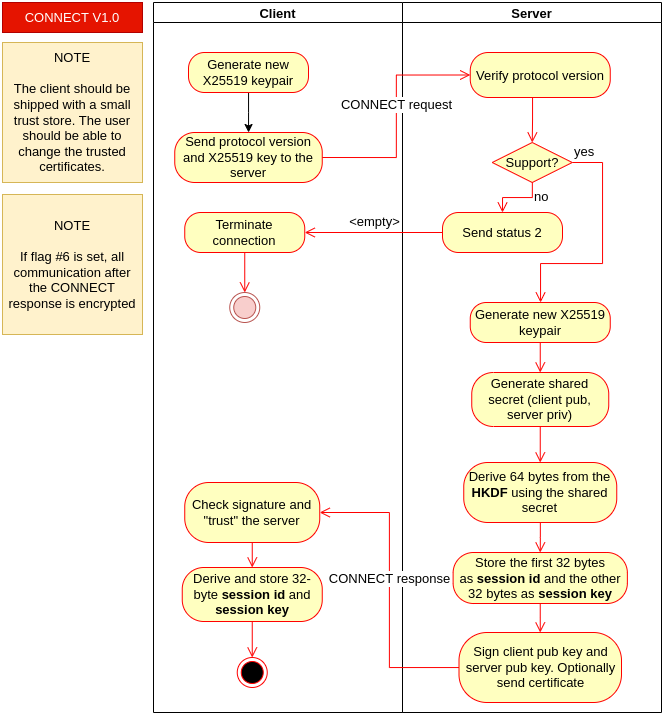
This is img/transport-connect.drawio.png from plabble/plabble.github.io, a draw.io export, as it was before one commit. Source tidied: cells renumbered, new cells last; positions are measured from the earlier drawing's top-left corner, leaving out a move shared by most shapes.
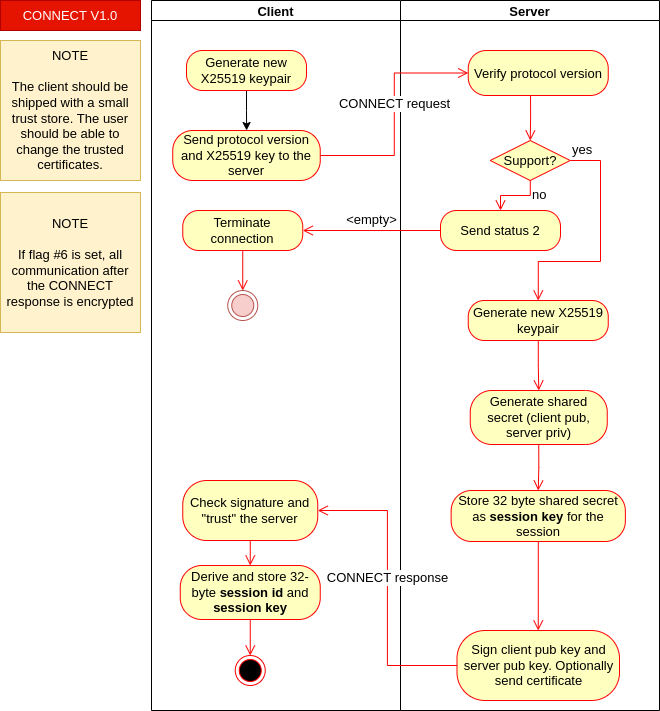
Above is the later version.

Commit message:
Eliminated session id

Change to the diagram source:
```diff
@@ -57,19 +57,13 @@
       <mxGeometry relative="1" as="geometry" />
     </mxCell>
     <mxCell id="20" value="&lt;font style=&quot;font-size: 13px&quot;&gt;Generate shared secret (client pub, server priv)&lt;/font&gt;" style="rounded=1;whiteSpace=wrap;html=1;arcSize=40;fontColor=#000000;fillColor=#ffffc0;strokeColor=#ff0000;fontSize=13;" parent="14" vertex="1">
-      <mxGeometry x="69.2" y="370" width="137" height="54" as="geometry" />
+      <mxGeometry x="69.8" y="390" width="137" height="54" as="geometry" />
     </mxCell>
-    <mxCell id="21" style="edgeStyle=orthogonalEdgeStyle;html=1;verticalAlign=bottom;endArrow=open;endSize=8;strokeColor=#ff0000;rounded=0;fontSize=13;fontColor=#000000;entryX=0.5;entryY=0;entryDx=0;entryDy=0;" parent="14" edge="1" source="20" target="22">
-      <mxGeometry relative="1" as="geometry" />
-    </mxCell>
-    <mxCell id="22" value="&lt;font style=&quot;font-size: 13px&quot;&gt;Derive 64 bytes from the &lt;b&gt;HKDF&lt;/b&gt; using the shared secret&lt;/font&gt;" style="rounded=1;whiteSpace=wrap;html=1;arcSize=40;fontColor=#000000;fillColor=#ffffc0;strokeColor=#ff0000;fontSize=13;" parent="14" vertex="1">
-      <mxGeometry x="61.2" y="460" width="153" height="60" as="geometry" />
-    </mxCell>
-    <mxCell id="23" style="edgeStyle=orthogonalEdgeStyle;html=1;verticalAlign=bottom;endArrow=open;endSize=8;strokeColor=#ff0000;rounded=0;fontSize=13;fontColor=#000000;entryX=0.5;entryY=0;entryDx=0;entryDy=0;" parent="14" edge="1" source="22" target="24">
+    <mxCell id="23" style="edgeStyle=orthogonalEdgeStyle;html=1;verticalAlign=bottom;endArrow=open;endSize=8;strokeColor=#ff0000;rounded=0;fontSize=13;fontColor=#000000;entryX=0.5;entryY=0;entryDx=0;entryDy=0;exitX=0.5;exitY=1;exitDx=0;exitDy=0;" parent="14" edge="1" source="20" target="24">
       <mxGeometry relative="1" as="geometry" />
     </mxCell>
-    <mxCell id="24" value="Store the first 32 bytes as&amp;nbsp;&lt;b&gt;session id&lt;/b&gt;&amp;nbsp;and the other 32 bytes as &lt;b&gt;session key&lt;/b&gt;" style="rounded=1;whiteSpace=wrap;html=1;arcSize=40;fontColor=#000000;fillColor=#ffffc0;strokeColor=#ff0000;fontSize=13;" parent="14" vertex="1">
-      <mxGeometry x="50.6" y="550" width="174.2" height="51" as="geometry" />
+    <mxCell id="24" value="Store 32 byte shared secret as&amp;nbsp;&lt;b&gt;session key&lt;/b&gt;&amp;nbsp;for the session" style="rounded=1;whiteSpace=wrap;html=1;arcSize=40;fontColor=#000000;fillColor=#ffffc0;strokeColor=#ff0000;fontSize=13;" parent="14" vertex="1">
+      <mxGeometry x="50.6" y="490" width="174.2" height="51" as="geometry" />
     </mxCell>
     <mxCell id="25" style="edgeStyle=orthogonalEdgeStyle;html=1;verticalAlign=bottom;endArrow=open;endSize=8;strokeColor=#ff0000;rounded=0;fontSize=13;fontColor=#000000;entryX=0.5;entryY=0;entryDx=0;entryDy=0;" parent="14" edge="1" source="24" target="17">
       <mxGeometry relative="1" as="geometry" />
```
